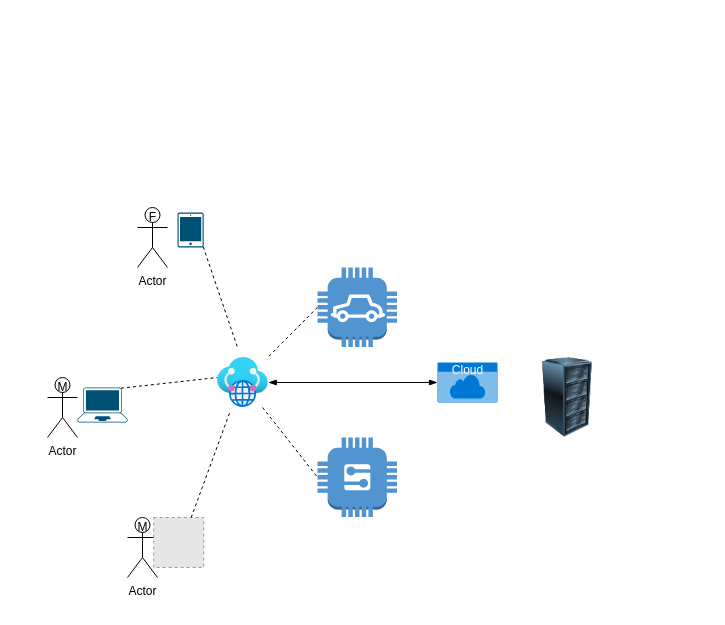
Earlier version of the draw.io diagram images/genderPlan.drawio (josura/European-proposal). Source tidied: cells renumbered, new cells numbered last; positions are measured from the earlier drawing's top-left corner, leaving out a move shared by most shapes. Both pictures are drawn from the tidied source at 100%, with x=0, y=0 at pixel (47, 207). Pictures stored in the file or linked from it are replaced by grey dashed boxes.
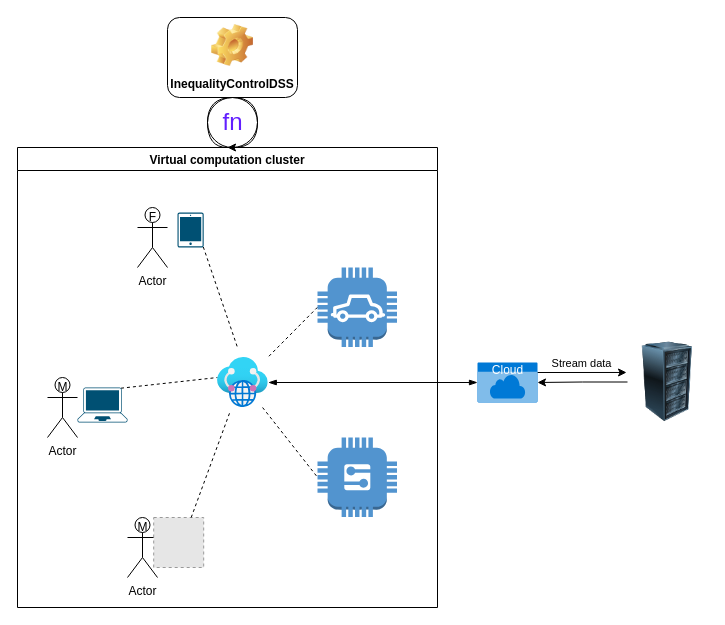
Above is the later version.

Diff of the diagram source:
```diff
@@
+    <mxCell id="22" value="&lt;font color=&quot;#621fff&quot;&gt;fn&lt;/font&gt;" style="shape=mxgraph.electrical.abstract.function;html=1;shadow=0;dashed=0;align=center;strokeWidth=1;fontSize=24;backgroundOutline=0;labelPadding=0;" parent="1" vertex="1">
+      <mxGeometry x="160" y="-110" width="50" height="50" as="geometry" />
+    </mxCell>
@@
+    <mxCell id="23" style="edgeStyle=orthogonalEdgeStyle;rounded=0;jettySize=auto;html=1;exitX=0;exitY=0.5;exitDx=0;exitDy=0;entryX=1;entryY=0.5;entryDx=0;entryDy=0;entryPerimeter=0;" parent="1" edge="1" source="15" target="16">
+      <mxGeometry relative="1" as="geometry" />
+    </mxCell>
     <mxCell id="15" style="image;html=1;image=img/lib/clip_art/computers/Server_Rack_128x128.png;" parent="1" vertex="1">
-      <mxGeometry x="480" y="150" width="80" height="80" as="geometry" />
+      <mxGeometry x="580" y="134.5" width="80" height="80" as="geometry" />
     </mxCell>
+    <mxCell id="24" style="edgeStyle=orthogonalEdgeStyle;rounded=0;jettySize=auto;html=1;exitX=1;exitY=0.25;exitDx=0;exitDy=0;exitPerimeter=0;entryX=-0.012;entryY=0.381;entryDx=0;entryDy=0;entryPerimeter=0;" parent="1" edge="1" source="16" target="15">
+      <mxGeometry relative="1" as="geometry" />
+    </mxCell>
+    <mxCell id="25" value="Stream data" style="edgeLabel;html=1;align=center;verticalAlign=middle;" parent="24" vertex="1">
+      <mxGeometry x="0.15" y="-1" relative="1" as="geometry">
+        <mxPoint x="-8" y="-10" as="offset" />
+      </mxGeometry>
+    </mxCell>
     <mxCell id="16" value="Cloud" style="html=1;strokeColor=none;fillColor=#0079D6;labelPosition=center;verticalLabelPosition=middle;verticalAlign=top;align=center;fontSize=12;outlineConnect=0;spacingTop=-6;fontColor=#FFFFFF;sketch=0;shape=mxgraph.sitemap.cloud;" parent="1" vertex="1">
-      <mxGeometry x="390" y="155" width="60" height="40" as="geometry" />
+      <mxGeometry x="430" y="155" width="60" height="40" as="geometry" />
     </mxCell>
@@
+    <mxCell id="26" value="Virtual computation cluster" style="swimlane;" parent="1" vertex="1">
+      <mxGeometry x="-30" y="-60" width="420" height="460" as="geometry" />
+    </mxCell>
+    <mxCell id="27" style="edgeStyle=orthogonalEdgeStyle;curved=1;rounded=0;jettySize=auto;html=1;entryX=0.5;entryY=0;entryDx=0;entryDy=0;" parent="1" edge="1" target="26">
+      <mxGeometry relative="1" as="geometry">
+        <mxPoint x="180" y="-60" as="sourcePoint" />
+        <Array as="points">
+          <mxPoint x="160" y="-60" />
+          <mxPoint x="160" y="-110" />
+          <mxPoint x="210" y="-110" />
+          <mxPoint x="210" y="-60" />
+        </Array>
+      </mxGeometry>
+    </mxCell>
+    <mxCell id="28" value="InequalityControlDSS" style="label;whiteSpace=wrap;html=1;align=center;verticalAlign=bottom;spacingLeft=0;spacingBottom=4;imageAlign=center;imageVerticalAlign=top;image=img/clipart/Gear_128x128.png;" parent="1" vertex="1">
+      <mxGeometry x="120" y="-190" width="130" height="80" as="geometry" />
+    </mxCell>
```
